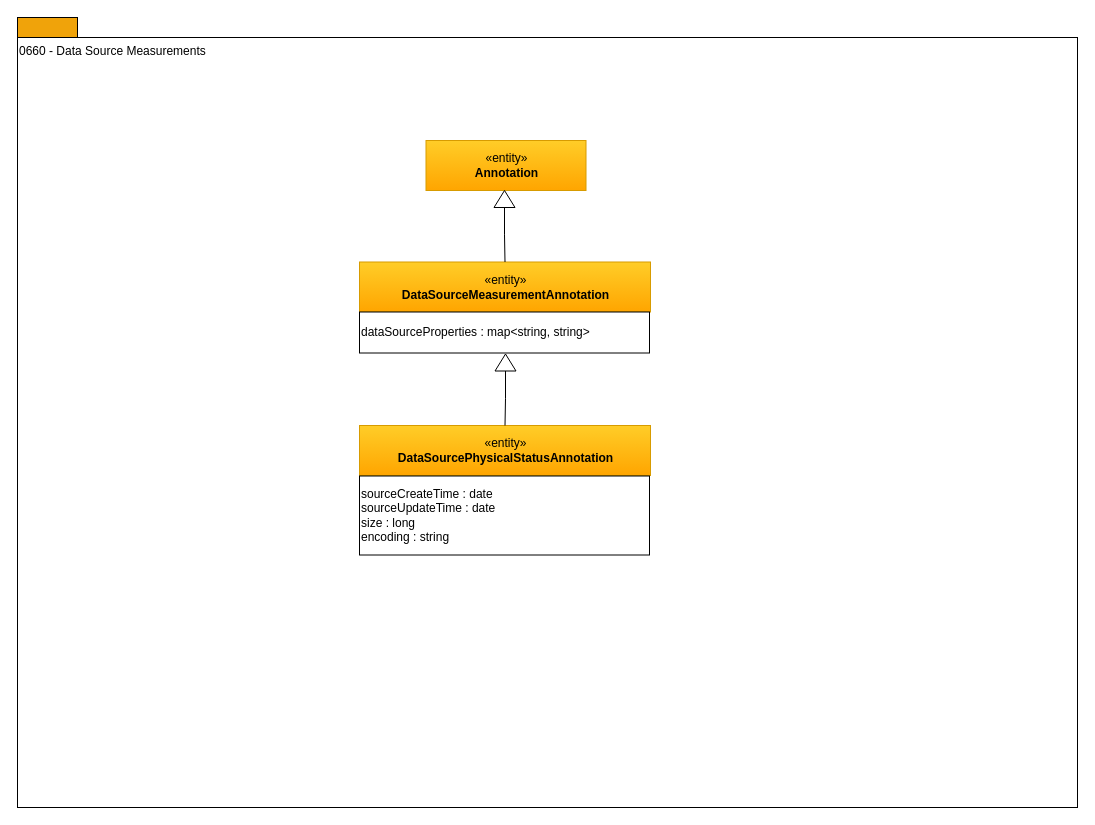
Before: page "0660-Resource-Measures" (16 of 17) of site/docs/types/6/area-6-discovery.drawio in odpi/egeria-docs, a draw.io diagram. Source tidied: cells renumbered, new cells numbered last; positions are measured from the earlier drawing's top-left corner, leaving out a move shared by most shapes. Both pictures are drawn from the tidied source at 100%, with x=0, y=0 at pixel (17, 17).
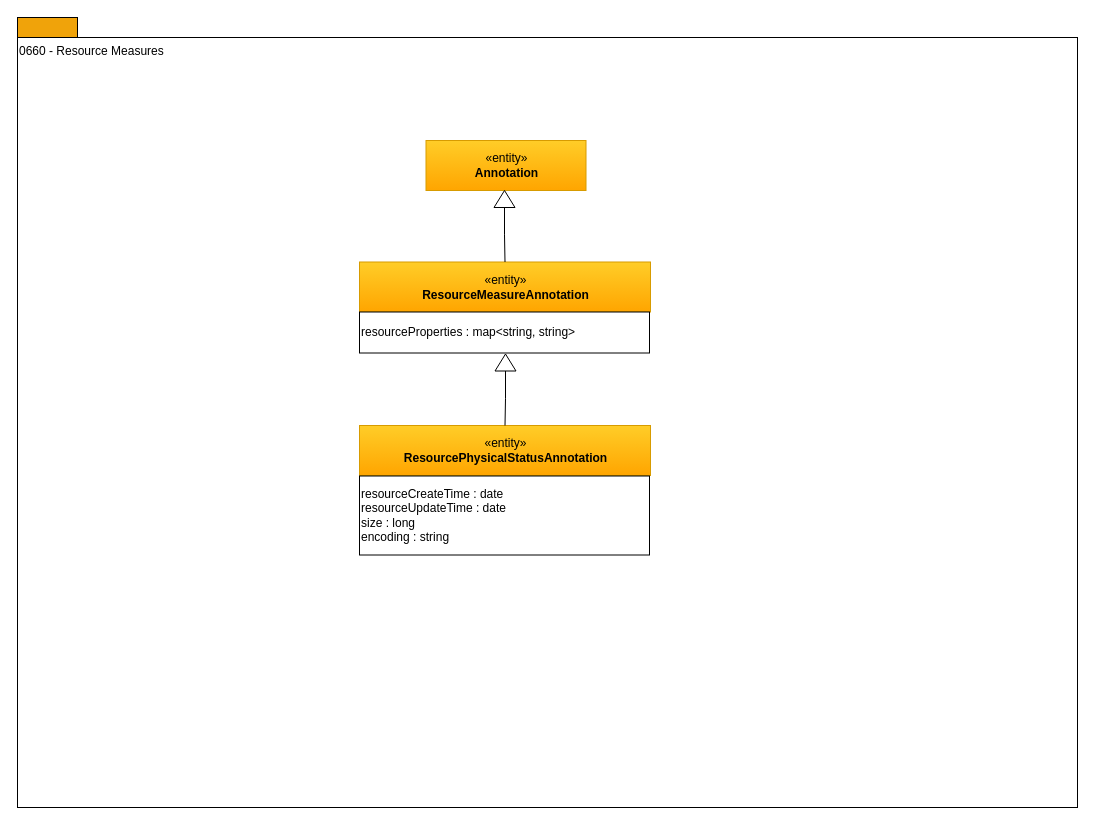
Above is the later version.

The edit, as a diff of the source:
```diff
@@
 <mxGraphModel>
   <root>
     <mxCell id="0" />
     <mxCell id="1" parent="0" />
     <mxCell id="2" style="rounded=0;whiteSpace=wrap;html=1;align=left;fillColor=#f0a30a;strokeColor=#000000;fontColor=#ffffff;" parent="1" vertex="1">
       <mxGeometry width="60" height="20" as="geometry" />
     </mxCell>
-    <mxCell id="3" value="0660 - Data Source Measurements" style="rounded=0;whiteSpace=wrap;html=1;align=left;verticalAlign=top;" parent="1" vertex="1">
+    <mxCell id="3" value="0660 - Resource Measures" style="rounded=0;whiteSpace=wrap;html=1;align=left;verticalAlign=top;" parent="1" vertex="1">
       <mxGeometry y="20" width="1060" height="770" as="geometry" />
     </mxCell>
-    <mxCell id="4" value="«entity»&lt;br&gt;&lt;b&gt;DataSourceMeasurementAnnotation&lt;/b&gt;" style="html=1;strokeColor=#d79b00;align=center;fillColor=#ffcd28;gradientColor=#ffa500;" parent="1" vertex="1">
+    <mxCell id="4" value="«entity»&lt;br&gt;&lt;b&gt;ResourceMeasureAnnotation&lt;/b&gt;" style="html=1;strokeColor=#d79b00;align=center;fillColor=#ffcd28;gradientColor=#ffa500;" parent="1" vertex="1">
       <mxGeometry x="342" y="244.5" width="291" height="50" as="geometry" />
     </mxCell>
-    <mxCell id="5" value="dataSourceProperties : map&amp;lt;string, string&amp;gt;" style="rounded=0;whiteSpace=wrap;html=1;strokeColor=#000000;gradientColor=#ffffff;align=left;" parent="1" vertex="1">
+    <mxCell id="5" value="resourceProperties : map&amp;lt;string, string&amp;gt;" style="rounded=0;whiteSpace=wrap;html=1;strokeColor=#000000;gradientColor=#ffffff;align=left;" parent="1" vertex="1">
       <mxGeometry x="342" y="294.5" width="290" height="41" as="geometry" />
     </mxCell>
     <mxCell id="6" style="edgeStyle=orthogonalEdgeStyle;rounded=0;html=1;endArrow=none;endFill=0;jettySize=auto;exitX=0;exitY=0.5;" parent="1" edge="1" source="8" target="4">
       <mxGeometry relative="1" as="geometry" />
     </mxCell>
     <mxCell id="7" value="«entity»&lt;br&gt;&lt;b&gt;Annotation&lt;/b&gt;" style="html=1;strokeColor=#d79b00;align=center;fillColor=#ffcd28;gradientColor=#ffa500;" parent="1" vertex="1">
       <mxGeometry x="408.5" y="123" width="160" height="50" as="geometry" />
     </mxCell>
     <mxCell id="8" style="triangle;whiteSpace=wrap;html=1;strokeColor=#000000;gradientColor=#ffffff;align=center;rotation=-90;" parent="1" vertex="1">
       <mxGeometry x="478.5" y="171" width="17" height="21" as="geometry" />
     </mxCell>
-    <mxCell id="9" value="«entity»&lt;br&gt;&lt;b&gt;DataSourcePhysicalStatusAnnotation&lt;/b&gt;" style="html=1;strokeColor=#d79b00;align=center;fillColor=#ffcd28;gradientColor=#ffa500;" parent="1" vertex="1">
+    <mxCell id="9" value="«entity»&lt;br&gt;&lt;b&gt;ResourcePhysicalStatusAnnotation&lt;/b&gt;" style="html=1;strokeColor=#d79b00;align=center;fillColor=#ffcd28;gradientColor=#ffa500;" parent="1" vertex="1">
       <mxGeometry x="342" y="408" width="291" height="50" as="geometry" />
     </mxCell>
-    <mxCell id="10" value="sourceCreateTime : date&lt;br&gt;sourceUpdateTime : date&lt;br&gt;size : long&lt;br&gt;encoding : string" style="rounded=0;whiteSpace=wrap;html=1;strokeColor=#000000;gradientColor=#ffffff;align=left;" parent="1" vertex="1">
+    <mxCell id="10" value="resourceCreateTime : date&lt;br&gt;resourceUpdateTime : date&lt;br&gt;size : long&lt;br&gt;encoding : string" style="rounded=0;whiteSpace=wrap;html=1;strokeColor=#000000;gradientColor=#ffffff;align=left;" parent="1" vertex="1">
       <mxGeometry x="342" y="458.5" width="290" height="79" as="geometry" />
     </mxCell>
     <mxCell id="11" style="edgeStyle=orthogonalEdgeStyle;rounded=0;html=1;endArrow=none;endFill=0;jettySize=auto;exitX=0;exitY=0.5;" parent="1" edge="1" source="12" target="9">
       <mxGeometry relative="1" as="geometry" />
     </mxCell>
     <mxCell id="12" style="triangle;whiteSpace=wrap;html=1;strokeColor=#000000;gradientColor=#ffffff;align=center;rotation=-90;" parent="1" vertex="1">
       <mxGeometry x="479.5" y="334.5" width="17" height="21" as="geometry" />
     </mxCell>
   </root>
 </mxGraphModel>
```
